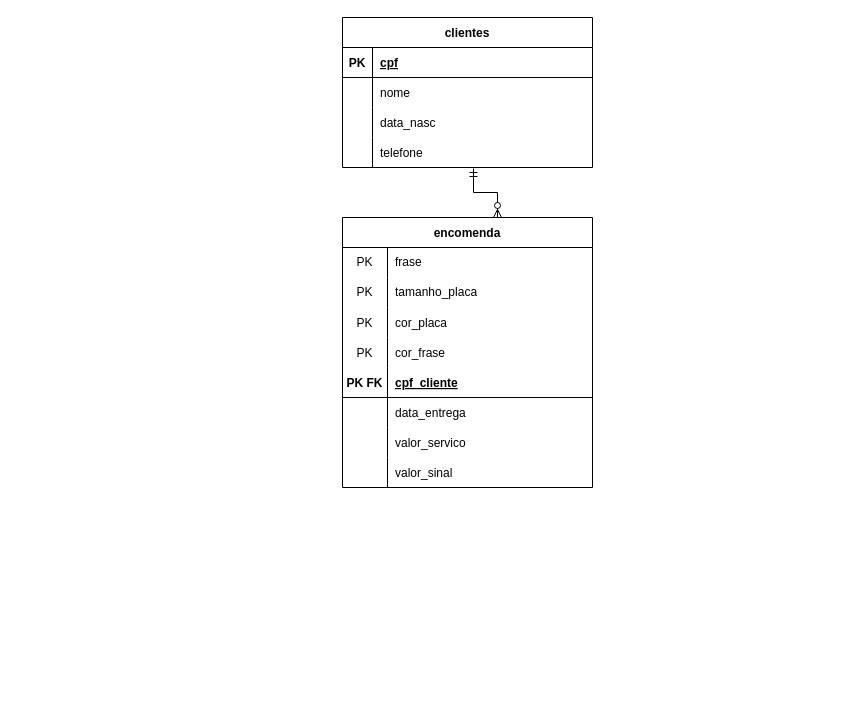
This is placa.drawio from NathanAzvdo/Atividade-Banco-de-dados, a draw.io file, before an edit. Source tidied: cells renumbered, new cells numbered last; positions are measured from the earlier drawing's top-left corner, leaving out a move shared by most shapes. Both pictures are drawn from the tidied source at 100%, with x=0, y=0 at pixel (342, 17).
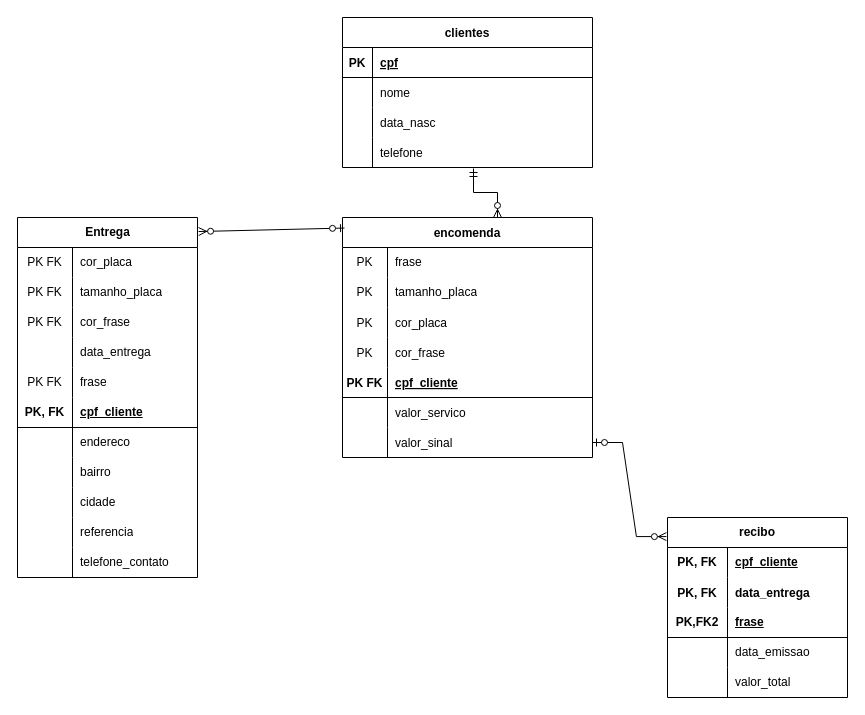
Above is the later version.

The edit, as a diff of the source:
```diff
@@
     <mxCell id="15" value="encomenda" style="shape=table;startSize=30;childLayout=tableLayout;rowLines=0;fontStyle=1;align=center;" parent="1" vertex="1">
-      <mxGeometry y="200" width="250" height="270" as="geometry" />
+      <mxGeometry y="200" width="250" height="240" as="geometry" />
     </mxCell>
@@
-    <mxCell id="31" style="shape=partialRectangle;fillColor=none;top=0;left=0;right=0;bottom=0;" parent="15" vertex="1">
-      <mxGeometry y="180" width="250" height="30" as="geometry" />
-    </mxCell>
-    <mxCell id="32" style="shape=partialRectangle;overflow=hidden;fillColor=none;top=0;left=0;bottom=0;right=0;" parent="31" vertex="1">
-      <mxGeometry width="45" height="30" as="geometry" />
-    </mxCell>
-    <mxCell id="33" value="data_entrega" style="shape=partialRectangle;overflow=hidden;fillColor=none;top=0;left=0;bottom=0;right=0;align=left;spacingLeft=6;" parent="31" vertex="1">
-      <mxGeometry x="45" width="205" height="30" as="geometry" />
-    </mxCell>
     <mxCell id="34" style="shape=partialRectangle;fillColor=none;top=0;left=0;right=0;bottom=0;" parent="15" vertex="1">
-      <mxGeometry y="210" width="250" height="30" as="geometry" />
+      <mxGeometry y="180" width="250" height="30" as="geometry" />
     </mxCell>
@@
     <mxCell id="37" style="shape=partialRectangle;fillColor=none;points=[[0,0.5],[1,0.5]];portConstraint=eastwest;top=0;left=0;right=0;bottom=0;" parent="15" vertex="1">
-      <mxGeometry y="240" width="250" height="30" as="geometry" />
+      <mxGeometry y="210" width="250" height="30" as="geometry" />
     </mxCell>
@@
+    <mxCell id="41" value="Entrega" style="shape=table;startSize=30;childLayout=tableLayout;rowLines=0;fontStyle=1;align=center;html=1;" parent="1" vertex="1">
+      <mxGeometry x="-325" y="200" width="180" height="360" as="geometry" />
+    </mxCell>
+    <mxCell id="42" style="shape=tableRow;horizontal=0;startSize=0;swimlaneHead=0;swimlaneBody=0;fillColor=none;top=0;left=0;right=0;bottom=0;" parent="41" vertex="1">
+      <mxGeometry y="30" width="180" height="30" as="geometry" />
+    </mxCell>
+    <mxCell id="43" value="PK FK" style="shape=partialRectangle;fillColor=none;top=0;left=0;bottom=0;right=0;fontStyle=0;overflow=hidden;whiteSpace=wrap;html=1;" parent="42" vertex="1">
+      <mxGeometry width="55" height="30" as="geometry" />
+    </mxCell>
+    <mxCell id="44" value="cor_placa" style="shape=partialRectangle;fillColor=none;top=0;left=0;bottom=0;right=0;align=left;spacingLeft=6;fontStyle=0;overflow=hidden;whiteSpace=wrap;html=1;" parent="42" vertex="1">
+      <mxGeometry x="55" width="125" height="30" as="geometry" />
+    </mxCell>
+    <mxCell id="45" style="shape=tableRow;horizontal=0;startSize=0;swimlaneHead=0;swimlaneBody=0;fillColor=none;top=0;left=0;right=0;bottom=0;" parent="41" vertex="1">
+      <mxGeometry y="60" width="180" height="30" as="geometry" />
+    </mxCell>
+    <mxCell id="46" value="PK FK" style="shape=partialRectangle;fillColor=none;top=0;left=0;bottom=0;right=0;fontStyle=0;overflow=hidden;whiteSpace=wrap;html=1;" parent="45" vertex="1">
+      <mxGeometry width="55" height="30" as="geometry" />
+    </mxCell>
+    <mxCell id="47" value="tamanho_placa" style="shape=partialRectangle;fillColor=none;top=0;left=0;bottom=0;right=0;align=left;spacingLeft=6;fontStyle=0;overflow=hidden;whiteSpace=wrap;html=1;" parent="45" vertex="1">
+      <mxGeometry x="55" width="125" height="30" as="geometry" />
+    </mxCell>
+    <mxCell id="48" style="shape=tableRow;horizontal=0;startSize=0;swimlaneHead=0;swimlaneBody=0;fillColor=none;top=0;left=0;right=0;bottom=0;" parent="41" vertex="1">
+      <mxGeometry y="90" width="180" height="30" as="geometry" />
+    </mxCell>
+    <mxCell id="49" value="PK FK" style="shape=partialRectangle;fillColor=none;top=0;left=0;bottom=0;right=0;fontStyle=0;overflow=hidden;whiteSpace=wrap;html=1;" parent="48" vertex="1">
+      <mxGeometry width="55" height="30" as="geometry" />
+    </mxCell>
+    <mxCell id="50" value="cor_frase" style="shape=partialRectangle;fillColor=none;top=0;left=0;bottom=0;right=0;align=left;spacingLeft=6;fontStyle=0;overflow=hidden;whiteSpace=wrap;html=1;" parent="48" vertex="1">
+      <mxGeometry x="55" width="125" height="30" as="geometry" />
+    </mxCell>
+    <mxCell id="51" style="shape=tableRow;horizontal=0;startSize=0;swimlaneHead=0;swimlaneBody=0;fillColor=none;top=0;left=0;right=0;bottom=0;" parent="41" vertex="1">
+      <mxGeometry y="120" width="180" height="30" as="geometry" />
+    </mxCell>
+    <mxCell id="52" value="&amp;nbsp;" style="shape=partialRectangle;fillColor=none;top=0;left=0;bottom=0;right=0;fontStyle=0;overflow=hidden;whiteSpace=wrap;html=1;" parent="51" vertex="1">
+      <mxGeometry width="55" height="30" as="geometry" />
+    </mxCell>
+    <mxCell id="53" value="data_entrega" style="shape=partialRectangle;fillColor=none;top=0;left=0;bottom=0;right=0;align=left;spacingLeft=6;fontStyle=0;overflow=hidden;whiteSpace=wrap;html=1;" parent="51" vertex="1">
+      <mxGeometry x="55" width="125" height="30" as="geometry" />
+    </mxCell>
+    <mxCell id="54" style="shape=tableRow;horizontal=0;startSize=0;swimlaneHead=0;swimlaneBody=0;fillColor=none;top=0;left=0;right=0;bottom=0;" parent="41" vertex="1">
+      <mxGeometry y="150" width="180" height="30" as="geometry" />
+    </mxCell>
+    <mxCell id="55" value="PK FK" style="shape=partialRectangle;fillColor=none;top=0;left=0;bottom=0;right=0;fontStyle=0;overflow=hidden;whiteSpace=wrap;html=1;" parent="54" vertex="1">
+      <mxGeometry width="55" height="30" as="geometry" />
+    </mxCell>
+    <mxCell id="56" value="frase" style="shape=partialRectangle;fillColor=none;top=0;left=0;bottom=0;right=0;align=left;spacingLeft=6;fontStyle=0;overflow=hidden;whiteSpace=wrap;html=1;" parent="54" vertex="1">
+      <mxGeometry x="55" width="125" height="30" as="geometry" />
+    </mxCell>
+    <mxCell id="57" style="shape=tableRow;horizontal=0;startSize=0;swimlaneHead=0;swimlaneBody=0;fillColor=none;top=0;left=0;right=0;bottom=1;" parent="41" vertex="1">
+      <mxGeometry y="180" width="180" height="30" as="geometry" />
+    </mxCell>
+    <mxCell id="58" value="PK, FK" style="shape=partialRectangle;fillColor=none;top=0;left=0;bottom=0;right=0;fontStyle=1;overflow=hidden;whiteSpace=wrap;html=1;" parent="57" vertex="1">
+      <mxGeometry width="55" height="30" as="geometry" />
+    </mxCell>
+    <mxCell id="59" value="cpf_cliente" style="shape=partialRectangle;fillColor=none;top=0;left=0;bottom=0;right=0;align=left;spacingLeft=6;fontStyle=5;overflow=hidden;whiteSpace=wrap;html=1;" parent="57" vertex="1">
+      <mxGeometry x="55" width="125" height="30" as="geometry" />
+    </mxCell>
+    <mxCell id="60" style="shape=tableRow;horizontal=0;startSize=0;swimlaneHead=0;swimlaneBody=0;fillColor=none;top=0;left=0;right=0;bottom=0;" parent="41" vertex="1">
+      <mxGeometry y="210" width="180" height="30" as="geometry" />
+    </mxCell>
+    <mxCell id="61" style="shape=partialRectangle;fillColor=none;top=0;left=0;bottom=0;right=0;overflow=hidden;whiteSpace=wrap;html=1;" parent="60" vertex="1">
+      <mxGeometry width="55" height="30" as="geometry" />
+    </mxCell>
+    <mxCell id="62" value="endereco" style="shape=partialRectangle;fillColor=none;top=0;left=0;bottom=0;right=0;align=left;spacingLeft=6;overflow=hidden;whiteSpace=wrap;html=1;" parent="60" vertex="1">
+      <mxGeometry x="55" width="125" height="30" as="geometry" />
+    </mxCell>
+    <mxCell id="63" style="shape=tableRow;horizontal=0;startSize=0;swimlaneHead=0;swimlaneBody=0;fillColor=none;top=0;left=0;right=0;bottom=0;" parent="41" vertex="1">
+      <mxGeometry y="240" width="180" height="30" as="geometry" />
+    </mxCell>
+    <mxCell id="64" style="shape=partialRectangle;fillColor=none;top=0;left=0;bottom=0;right=0;overflow=hidden;whiteSpace=wrap;html=1;" parent="63" vertex="1">
+      <mxGeometry width="55" height="30" as="geometry" />
+    </mxCell>
+    <mxCell id="65" value="bairro" style="shape=partialRectangle;fillColor=none;top=0;left=0;bottom=0;right=0;align=left;spacingLeft=6;overflow=hidden;whiteSpace=wrap;html=1;" parent="63" vertex="1">
+      <mxGeometry x="55" width="125" height="30" as="geometry" />
+    </mxCell>
+    <mxCell id="66" style="shape=tableRow;horizontal=0;startSize=0;swimlaneHead=0;swimlaneBody=0;fillColor=none;top=0;left=0;right=0;bottom=0;" parent="41" vertex="1">
+      <mxGeometry y="270" width="180" height="30" as="geometry" />
+    </mxCell>
+    <mxCell id="67" style="shape=partialRectangle;fillColor=none;top=0;left=0;bottom=0;right=0;overflow=hidden;whiteSpace=wrap;html=1;" parent="66" vertex="1">
+      <mxGeometry width="55" height="30" as="geometry" />
+    </mxCell>
+    <mxCell id="68" value="cidade" style="shape=partialRectangle;fillColor=none;top=0;left=0;bottom=0;right=0;align=left;spacingLeft=6;overflow=hidden;whiteSpace=wrap;html=1;" parent="66" vertex="1">
+      <mxGeometry x="55" width="125" height="30" as="geometry" />
+    </mxCell>
+    <mxCell id="69" style="shape=tableRow;horizontal=0;startSize=0;swimlaneHead=0;swimlaneBody=0;fillColor=none;top=0;left=0;right=0;bottom=0;" parent="41" vertex="1">
+      <mxGeometry y="300" width="180" height="30" as="geometry" />
+    </mxCell>
+    <mxCell id="70" style="shape=partialRectangle;fillColor=none;top=0;left=0;bottom=0;right=0;overflow=hidden;whiteSpace=wrap;html=1;" parent="69" vertex="1">
+      <mxGeometry width="55" height="30" as="geometry" />
+    </mxCell>
+    <mxCell id="71" value="referencia" style="shape=partialRectangle;fillColor=none;top=0;left=0;bottom=0;right=0;align=left;spacingLeft=6;overflow=hidden;whiteSpace=wrap;html=1;" parent="69" vertex="1">
+      <mxGeometry x="55" width="125" height="30" as="geometry" />
+    </mxCell>
+    <mxCell id="72" style="shape=tableRow;horizontal=0;startSize=0;swimlaneHead=0;swimlaneBody=0;fillColor=none;top=0;left=0;right=0;bottom=0;" parent="41" vertex="1">
+      <mxGeometry y="330" width="180" height="30" as="geometry" />
+    </mxCell>
+    <mxCell id="73" style="shape=partialRectangle;fillColor=none;top=0;left=0;bottom=0;right=0;overflow=hidden;whiteSpace=wrap;html=1;" parent="72" vertex="1">
+      <mxGeometry width="55" height="30" as="geometry" />
+    </mxCell>
+    <mxCell id="74" value="telefone_contato" style="shape=partialRectangle;fillColor=none;top=0;left=0;bottom=0;right=0;align=left;spacingLeft=6;overflow=hidden;whiteSpace=wrap;html=1;" parent="72" vertex="1">
+      <mxGeometry x="55" width="125" height="30" as="geometry" />
+    </mxCell>
+    <mxCell id="75" style="fontSize=12;html=1;endArrow=ERzeroToMany;startArrow=ERzeroToOne;rounded=0;entryX=1.006;entryY=0.039;entryDx=0;entryDy=0;entryPerimeter=0;exitX=0.008;exitY=0.044;exitDx=0;exitDy=0;exitPerimeter=0;" parent="1" edge="1" source="15" target="41">
+      <mxGeometry relative="1" as="geometry" />
+    </mxCell>
+    <mxCell id="76" value="recibo" style="shape=table;startSize=30;childLayout=tableLayout;rowLines=0;fontStyle=1;align=center;html=1;whiteSpace=wrap;" parent="1" vertex="1">
+      <mxGeometry x="325" y="500" width="180" height="180" as="geometry" />
+    </mxCell>
+    <mxCell id="77" style="shape=tableRow;horizontal=0;startSize=0;swimlaneHead=0;swimlaneBody=0;fillColor=none;top=0;left=0;right=0;bottom=0;html=1;" parent="76" vertex="1">
+      <mxGeometry y="30" width="180" height="30" as="geometry" />
+    </mxCell>
+    <mxCell id="78" value="PK, FK" style="shape=partialRectangle;fillColor=none;top=0;left=0;bottom=0;right=0;fontStyle=1;overflow=hidden;html=1;whiteSpace=wrap;" parent="77" vertex="1">
+      <mxGeometry width="60" height="30" as="geometry" />
+    </mxCell>
+    <mxCell id="79" value="cpf_cliente" style="shape=partialRectangle;fillColor=none;top=0;left=0;bottom=0;right=0;align=left;spacingLeft=6;fontStyle=5;overflow=hidden;html=1;whiteSpace=wrap;" parent="77" vertex="1">
+      <mxGeometry x="60" width="120" height="30" as="geometry" />
+    </mxCell>
+    <mxCell id="80" style="shape=tableRow;horizontal=0;startSize=0;swimlaneHead=0;swimlaneBody=0;fillColor=none;top=0;left=0;right=0;bottom=0;" parent="76" vertex="1">
+      <mxGeometry y="60" width="180" height="30" as="geometry" />
+    </mxCell>
+    <mxCell id="81" value="PK, FK" style="shape=partialRectangle;fillColor=none;top=0;left=0;bottom=0;right=0;overflow=hidden;fontStyle=1;" parent="80" vertex="1">
+      <mxGeometry width="60" height="30" as="geometry" />
+    </mxCell>
+    <mxCell id="82" value="data_entrega" style="shape=partialRectangle;fillColor=none;top=0;left=0;bottom=0;right=0;align=left;spacingLeft=6;overflow=hidden;fontStyle=1;" parent="80" vertex="1">
+      <mxGeometry x="60" width="120" height="30" as="geometry" />
+    </mxCell>
+    <mxCell id="83" style="shape=tableRow;horizontal=0;startSize=0;swimlaneHead=0;swimlaneBody=0;fillColor=none;top=0;left=0;right=0;bottom=1;html=1;" parent="76" vertex="1">
+      <mxGeometry y="90" width="180" height="30" as="geometry" />
+    </mxCell>
+    <mxCell id="84" value="PK,FK2" style="shape=partialRectangle;fillColor=none;top=0;left=0;bottom=0;right=0;fontStyle=1;overflow=hidden;html=1;whiteSpace=wrap;" parent="83" vertex="1">
+      <mxGeometry width="60" height="30" as="geometry" />
+    </mxCell>
+    <mxCell id="85" value="frase" style="shape=partialRectangle;fillColor=none;top=0;left=0;bottom=0;right=0;align=left;spacingLeft=6;fontStyle=5;overflow=hidden;html=1;whiteSpace=wrap;" parent="83" vertex="1">
+      <mxGeometry x="60" width="120" height="30" as="geometry" />
+    </mxCell>
+    <mxCell id="86" style="shape=tableRow;horizontal=0;startSize=0;swimlaneHead=0;swimlaneBody=0;fillColor=none;top=0;left=0;right=0;bottom=0;html=1;" parent="76" vertex="1">
+      <mxGeometry y="120" width="180" height="30" as="geometry" />
+    </mxCell>
+    <mxCell id="87" style="shape=partialRectangle;fillColor=none;top=0;left=0;bottom=0;right=0;overflow=hidden;html=1;whiteSpace=wrap;" parent="86" vertex="1">
+      <mxGeometry width="60" height="30" as="geometry" />
+    </mxCell>
+    <mxCell id="88" value="data_emissao" style="shape=partialRectangle;fillColor=none;top=0;left=0;bottom=0;right=0;align=left;spacingLeft=6;overflow=hidden;html=1;whiteSpace=wrap;" parent="86" vertex="1">
+      <mxGeometry x="60" width="120" height="30" as="geometry" />
+    </mxCell>
+    <mxCell id="89" style="shape=tableRow;horizontal=0;startSize=0;swimlaneHead=0;swimlaneBody=0;fillColor=none;top=0;left=0;right=0;bottom=0;html=1;" parent="76" vertex="1">
+      <mxGeometry y="150" width="180" height="30" as="geometry" />
+    </mxCell>
+    <mxCell id="90" style="shape=partialRectangle;fillColor=none;top=0;left=0;bottom=0;right=0;overflow=hidden;html=1;whiteSpace=wrap;" parent="89" vertex="1">
+      <mxGeometry width="60" height="30" as="geometry" />
+    </mxCell>
+    <mxCell id="91" value="valor_total" style="shape=partialRectangle;fillColor=none;top=0;left=0;bottom=0;right=0;align=left;spacingLeft=6;overflow=hidden;html=1;whiteSpace=wrap;" parent="89" vertex="1">
+      <mxGeometry x="60" width="120" height="30" as="geometry" />
+    </mxCell>
+    <mxCell id="92" style="shape=tableRow;horizontal=0;startSize=0;swimlaneHead=0;swimlaneBody=0;fillColor=none;top=0;left=0;right=0;bottom=0;" parent="1" vertex="1">
+      <mxGeometry x="15" y="580" width="250" height="30" as="geometry" />
+    </mxCell>
+    <mxCell id="93" style="edgeStyle=entityRelationEdgeStyle;fontSize=12;html=1;endArrow=ERzeroToMany;startArrow=ERzeroToOne;rounded=0;entryX=-0.006;entryY=0.106;entryDx=0;entryDy=0;entryPerimeter=0;" parent="1" edge="1" source="37" target="76">
+      <mxGeometry relative="1" as="geometry" />
+    </mxCell>
```
